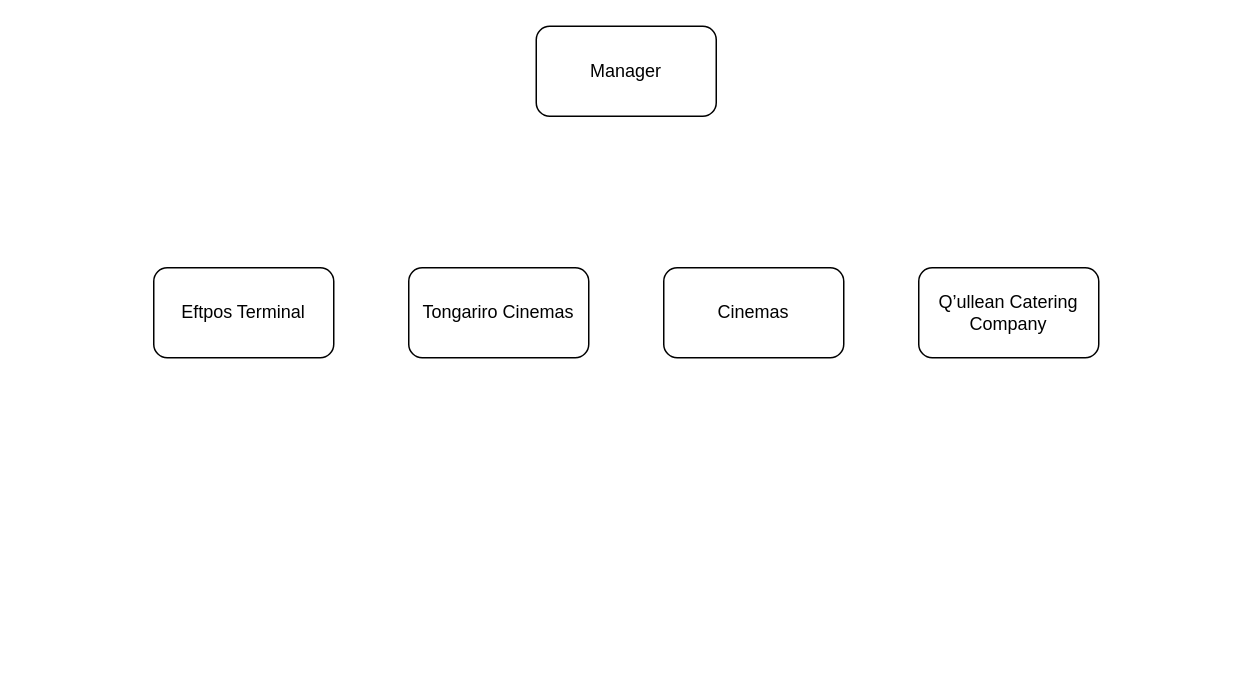
Before: Untitled Diagram.drawio in julieeesy/Requirement-Analysis-and-Solution-Design, a draw.io diagram. Source tidied: cells renumbered, new cells numbered last; positions are measured from the earlier drawing's top-left corner, leaving out a move shared by most shapes. Both pictures are drawn from the tidied source at 150%, with x=0, y=0 at pixel (153, 26).
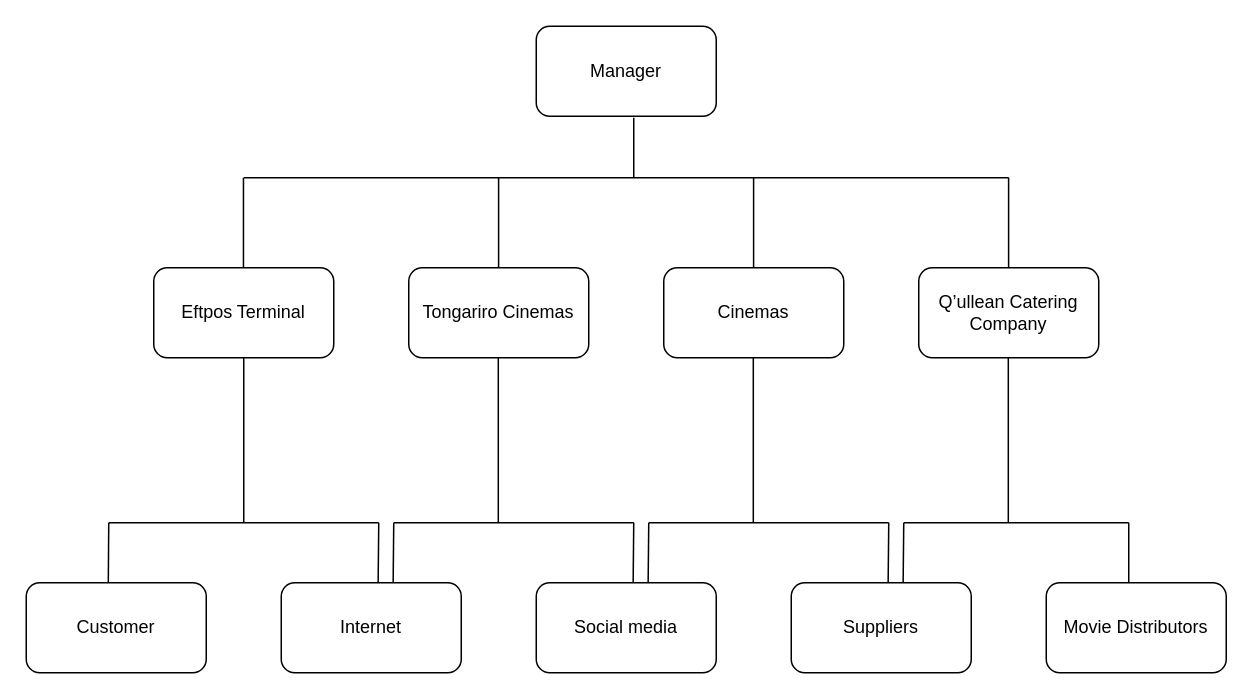
Above is the later version.

Unchanged cells that the change refers to:
```xml
<mxCell id="3" value="Eftpos Terminal" style="rounded=1;whiteSpace=wrap;html=1;" parent="1" vertex="1">
  <mxGeometry y="161" width="120" height="60" as="geometry" />
</mxCell>
```

Diff of the diagram source:
```diff
@@
+    <mxCell id="7" value="Customer" style="rounded=1;whiteSpace=wrap;html=1;" parent="1" vertex="1">
+      <mxGeometry x="-85" y="371" width="120" height="60" as="geometry" />
+    </mxCell>
+    <mxCell id="8" value="Internet" style="rounded=1;whiteSpace=wrap;html=1;" parent="1" vertex="1">
+      <mxGeometry x="85" y="371" width="120" height="60" as="geometry" />
+    </mxCell>
+    <mxCell id="9" value="Social media" style="rounded=1;whiteSpace=wrap;html=1;" parent="1" vertex="1">
+      <mxGeometry x="255" y="371" width="120" height="60" as="geometry" />
+    </mxCell>
+    <mxCell id="10" value="Suppliers" style="rounded=1;whiteSpace=wrap;html=1;" parent="1" vertex="1">
+      <mxGeometry x="425" y="371" width="120" height="60" as="geometry" />
+    </mxCell>
+    <mxCell id="11" value="Movie Distributors" style="rounded=1;whiteSpace=wrap;html=1;" parent="1" vertex="1">
+      <mxGeometry x="595" y="371" width="120" height="60" as="geometry" />
+    </mxCell>
+    <mxCell id="12" style="endArrow=none;html=1;rounded=0;" parent="1" edge="1">
+      <mxGeometry relative="1" as="geometry">
+        <mxPoint x="320" y="61" as="sourcePoint" />
+        <mxPoint x="320" y="101" as="targetPoint" />
+      </mxGeometry>
+    </mxCell>
+    <mxCell id="13" style="endArrow=none;html=1;rounded=0;" parent="1" edge="1">
+      <mxGeometry relative="1" as="geometry">
+        <mxPoint x="60" y="101" as="sourcePoint" />
+        <mxPoint x="570" y="101" as="targetPoint" />
+      </mxGeometry>
+    </mxCell>
+    <mxCell id="14" style="endArrow=none;html=1;rounded=0;" parent="1" edge="1">
+      <mxGeometry relative="1" as="geometry">
+        <mxPoint x="59.8" y="161" as="sourcePoint" />
+        <mxPoint x="59.8" y="101" as="targetPoint" />
+      </mxGeometry>
+    </mxCell>
+    <mxCell id="15" style="endArrow=none;html=1;rounded=0;" parent="1" edge="1">
+      <mxGeometry relative="1" as="geometry">
+        <mxPoint x="229.9" y="161" as="sourcePoint" />
+        <mxPoint x="229.9" y="101" as="targetPoint" />
+      </mxGeometry>
+    </mxCell>
+    <mxCell id="16" style="endArrow=none;html=1;rounded=0;" parent="1" edge="1">
+      <mxGeometry relative="1" as="geometry">
+        <mxPoint x="399.9" y="161" as="sourcePoint" />
+        <mxPoint x="399.9" y="101" as="targetPoint" />
+      </mxGeometry>
+    </mxCell>
+    <mxCell id="17" style="endArrow=none;html=1;rounded=0;" parent="1" edge="1">
+      <mxGeometry relative="1" as="geometry">
+        <mxPoint x="569.9" y="161" as="sourcePoint" />
+        <mxPoint x="569.9" y="101" as="targetPoint" />
+      </mxGeometry>
+    </mxCell>
+    <mxCell id="18" style="endArrow=none;html=1;rounded=0;" parent="1" edge="1">
+      <mxGeometry relative="1" as="geometry">
+        <mxPoint x="-30" y="331" as="sourcePoint" />
+        <mxPoint x="150" y="331" as="targetPoint" />
+      </mxGeometry>
+    </mxCell>
+    <mxCell id="19" style="endArrow=none;html=1;rounded=0;" parent="1" edge="1">
+      <mxGeometry relative="1" as="geometry">
+        <mxPoint x="-30.3" y="371" as="sourcePoint" />
+        <mxPoint x="-30" y="331" as="targetPoint" />
+      </mxGeometry>
+    </mxCell>
+    <mxCell id="20" style="endArrow=none;html=1;rounded=0;" parent="1" edge="1">
+      <mxGeometry relative="1" as="geometry">
+        <mxPoint x="149.6" y="371" as="sourcePoint" />
+        <mxPoint x="150" y="331" as="targetPoint" />
+      </mxGeometry>
+    </mxCell>
+    <mxCell id="21" style="endArrow=none;html=1;rounded=0;" parent="1" edge="1">
+      <mxGeometry relative="1" as="geometry">
+        <mxPoint x="319.6" y="371" as="sourcePoint" />
+        <mxPoint x="320" y="331" as="targetPoint" />
+      </mxGeometry>
+    </mxCell>
+    <mxCell id="22" style="endArrow=none;html=1;rounded=0;" parent="1" edge="1">
+      <mxGeometry relative="1" as="geometry">
+        <mxPoint x="489.6" y="371" as="sourcePoint" />
+        <mxPoint x="490" y="331" as="targetPoint" />
+      </mxGeometry>
+    </mxCell>
+    <mxCell id="23" style="endArrow=none;html=1;rounded=0;" parent="1" edge="1">
+      <mxGeometry relative="1" as="geometry">
+        <mxPoint x="650" y="371" as="sourcePoint" />
+        <mxPoint x="650" y="331" as="targetPoint" />
+      </mxGeometry>
+    </mxCell>
+    <mxCell id="24" style="endArrow=none;html=1;rounded=0;" parent="1" edge="1">
+      <mxGeometry relative="1" as="geometry">
+        <mxPoint x="159.6" y="371" as="sourcePoint" />
+        <mxPoint x="160" y="331" as="targetPoint" />
+      </mxGeometry>
+    </mxCell>
+    <mxCell id="25" style="endArrow=none;html=1;rounded=0;" parent="1" edge="1">
+      <mxGeometry relative="1" as="geometry">
+        <mxPoint x="160" y="331" as="sourcePoint" />
+        <mxPoint x="320" y="331" as="targetPoint" />
+      </mxGeometry>
+    </mxCell>
+    <mxCell id="26" style="endArrow=none;html=1;rounded=0;" parent="1" edge="1">
+      <mxGeometry relative="1" as="geometry">
+        <mxPoint x="329.6" y="371" as="sourcePoint" />
+        <mxPoint x="330" y="331" as="targetPoint" />
+      </mxGeometry>
+    </mxCell>
+    <mxCell id="27" style="endArrow=none;html=1;rounded=0;" parent="1" edge="1">
+      <mxGeometry relative="1" as="geometry">
+        <mxPoint x="330" y="331" as="sourcePoint" />
+        <mxPoint x="490" y="331" as="targetPoint" />
+      </mxGeometry>
+    </mxCell>
+    <mxCell id="28" style="endArrow=none;html=1;rounded=0;" parent="1" edge="1">
+      <mxGeometry relative="1" as="geometry">
+        <mxPoint x="499.6" y="371" as="sourcePoint" />
+        <mxPoint x="500" y="331" as="targetPoint" />
+      </mxGeometry>
+    </mxCell>
+    <mxCell id="29" style="endArrow=none;html=1;rounded=0;" parent="1" edge="1">
+      <mxGeometry relative="1" as="geometry">
+        <mxPoint x="500" y="331" as="sourcePoint" />
+        <mxPoint x="650" y="331" as="targetPoint" />
+      </mxGeometry>
+    </mxCell>
+    <mxCell id="30" style="endArrow=none;html=1;rounded=0;entryX=0.5;entryY=1;entryDx=0;entryDy=0;" parent="1" edge="1" target="3">
+      <mxGeometry relative="1" as="geometry">
+        <mxPoint x="60" y="331" as="sourcePoint" />
+      </mxGeometry>
+    </mxCell>
+    <mxCell id="31" style="endArrow=none;html=1;rounded=0;entryX=0.5;entryY=1;entryDx=0;entryDy=0;" parent="1" edge="1">
+      <mxGeometry relative="1" as="geometry">
+        <mxPoint x="229.7" y="331" as="sourcePoint" />
+        <mxPoint x="229.7" y="221" as="targetPoint" />
+      </mxGeometry>
+    </mxCell>
+    <mxCell id="32" style="endArrow=none;html=1;rounded=0;entryX=0.5;entryY=1;entryDx=0;entryDy=0;" parent="1" edge="1">
+      <mxGeometry relative="1" as="geometry">
+        <mxPoint x="399.7" y="331" as="sourcePoint" />
+        <mxPoint x="399.7" y="221" as="targetPoint" />
+      </mxGeometry>
+    </mxCell>
+    <mxCell id="33" style="endArrow=none;html=1;rounded=0;entryX=0.5;entryY=1;entryDx=0;entryDy=0;" parent="1" edge="1">
+      <mxGeometry relative="1" as="geometry">
+        <mxPoint x="569.7" y="331" as="sourcePoint" />
+        <mxPoint x="569.7" y="221" as="targetPoint" />
+      </mxGeometry>
+    </mxCell>
```
